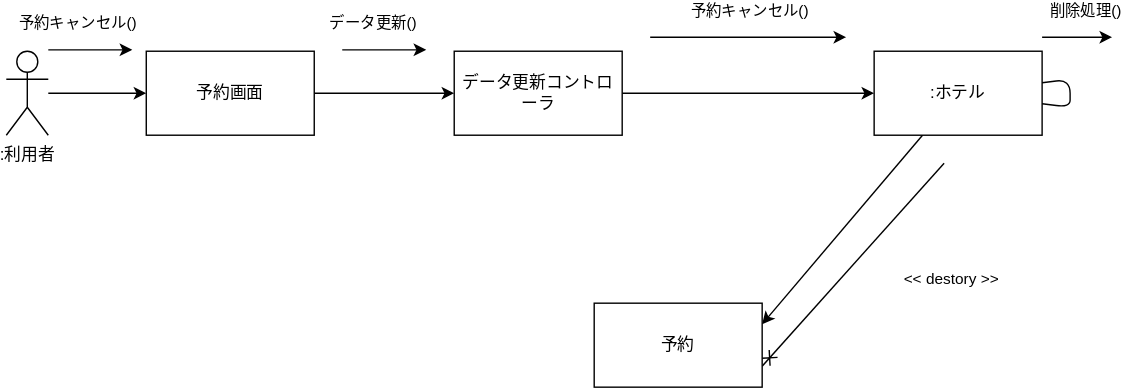
Before: 課題/演習５-2_CD_予約登録削除.drawio.svg, a diagram exported from draw.io (Shuma323/UML_inatroduction). Source tidied: cells renumbered, new cells last; positions are measured from the earlier drawing's top-left corner, leaving out a move shared by most shapes. Its diagram source:
```xml
<mxGraphModel>
  <root>
    <mxCell id="0" />
    <mxCell id="1" parent="0" />
    <mxCell id="2" style="edgeStyle=none;html=1;" parent="1" edge="1" source="3" target="5">
      <mxGeometry relative="1" as="geometry" />
    </mxCell>
    <mxCell id="3" value=":利用者" style="shape=umlActor;verticalLabelPosition=bottom;verticalAlign=top;html=1;outlineConnect=0;" parent="1" vertex="1">
      <mxGeometry y="10" width="30" height="60" as="geometry" />
    </mxCell>
    <mxCell id="4" style="edgeStyle=none;html=1;" parent="1" edge="1" source="5" target="7">
      <mxGeometry relative="1" as="geometry" />
    </mxCell>
    <mxCell id="5" value="予約画面" style="whiteSpace=wrap;html=1;verticalAlign=middle;labelPosition=center;verticalLabelPosition=middle;align=center;" parent="1" vertex="1">
      <mxGeometry x="100" y="10" width="120" height="60" as="geometry" />
    </mxCell>
    <mxCell id="6" style="edgeStyle=none;html=1;" parent="1" edge="1" source="7" target="13">
      <mxGeometry relative="1" as="geometry" />
    </mxCell>
    <mxCell id="7" value="データ更新コントローラ" style="whiteSpace=wrap;html=1;verticalAlign=middle;labelPosition=center;verticalLabelPosition=middle;align=center;" parent="1" vertex="1">
      <mxGeometry x="320" y="10" width="120" height="60" as="geometry" />
    </mxCell>
    <mxCell id="8" style="endArrow=classic;html=1;" parent="1" edge="1">
      <mxGeometry relative="1" as="geometry">
        <mxPoint x="240" y="9" as="sourcePoint" />
        <mxPoint x="300" y="9" as="targetPoint" />
      </mxGeometry>
    </mxCell>
    <mxCell id="9" value="データ更新()" style="edgeLabel;html=1;align=center;verticalAlign=middle;" parent="8" vertex="1">
      <mxGeometry x="-0.64" y="3" relative="1" as="geometry">
        <mxPoint x="10" y="-17" as="offset" />
      </mxGeometry>
    </mxCell>
    <mxCell id="10" style="endArrow=classic;html=1;" parent="1" edge="1">
      <mxGeometry relative="1" as="geometry">
        <mxPoint x="460" as="sourcePoint" />
        <mxPoint x="600" as="targetPoint" />
      </mxGeometry>
    </mxCell>
    <mxCell id="11" value="予約キャンセル()" style="edgeLabel;html=1;align=center;verticalAlign=middle;" parent="10" vertex="1">
      <mxGeometry x="-0.64" y="3" relative="1" as="geometry">
        <mxPoint x="45" y="-17" as="offset" />
      </mxGeometry>
    </mxCell>
    <mxCell id="12" style="edgeStyle=none;html=1;entryX=1;entryY=0.25;entryDx=0;entryDy=0;" parent="1" edge="1" source="13" target="18">
      <mxGeometry relative="1" as="geometry" />
    </mxCell>
    <mxCell id="13" value=":ホテル" style="whiteSpace=wrap;html=1;verticalAlign=middle;labelPosition=center;verticalLabelPosition=middle;align=center;" parent="1" vertex="1">
      <mxGeometry x="620" y="10" width="120" height="60" as="geometry" />
    </mxCell>
    <mxCell id="14" style="endArrow=classic;html=1;" parent="1" edge="1">
      <mxGeometry relative="1" as="geometry">
        <mxPoint x="30" y="9" as="sourcePoint" />
        <mxPoint x="90" y="9" as="targetPoint" />
      </mxGeometry>
    </mxCell>
    <mxCell id="15" value="予約キャンセル()" style="edgeLabel;html=1;align=center;verticalAlign=middle;" parent="14" vertex="1">
      <mxGeometry x="-0.64" y="3" relative="1" as="geometry">
        <mxPoint x="9" y="-17" as="offset" />
      </mxGeometry>
    </mxCell>
    <mxCell id="16" style="edgeStyle=none;html=1;endArrow=none;endFill=0;exitX=1;exitY=0.75;exitDx=0;exitDy=0;startArrow=cross;startFill=0;" parent="1" edge="1" source="18">
      <mxGeometry relative="1" as="geometry">
        <mxPoint x="670" y="90" as="targetPoint" />
      </mxGeometry>
    </mxCell>
    <mxCell id="17" value="&amp;lt;&amp;lt; destory &amp;gt;&amp;gt;" style="edgeLabel;html=1;align=center;verticalAlign=middle;" parent="16" vertex="1">
      <mxGeometry x="0.29" y="-2" relative="1" as="geometry">
        <mxPoint x="49" y="30" as="offset" />
      </mxGeometry>
    </mxCell>
    <mxCell id="18" value="予約" style="whiteSpace=wrap;html=1;verticalAlign=middle;labelPosition=center;verticalLabelPosition=middle;align=center;" parent="1" vertex="1">
      <mxGeometry x="420" y="190" width="120" height="60" as="geometry" />
    </mxCell>
    <mxCell id="19" style="edgeStyle=none;html=1;endArrow=none;endFill=0;" parent="1" edge="1" source="13" target="13">
      <mxGeometry relative="1" as="geometry" />
    </mxCell>
    <mxCell id="20" style="endArrow=classic;html=1;" parent="1" edge="1">
      <mxGeometry relative="1" as="geometry">
        <mxPoint x="740" as="sourcePoint" />
        <mxPoint x="790" as="targetPoint" />
      </mxGeometry>
    </mxCell>
    <mxCell id="21" value="削除処理()" style="edgeLabel;html=1;align=center;verticalAlign=middle;" parent="20" vertex="1">
      <mxGeometry x="-0.64" y="3" relative="1" as="geometry">
        <mxPoint x="21" y="-17" as="offset" />
      </mxGeometry>
    </mxCell>
  </root>
</mxGraphModel>
```
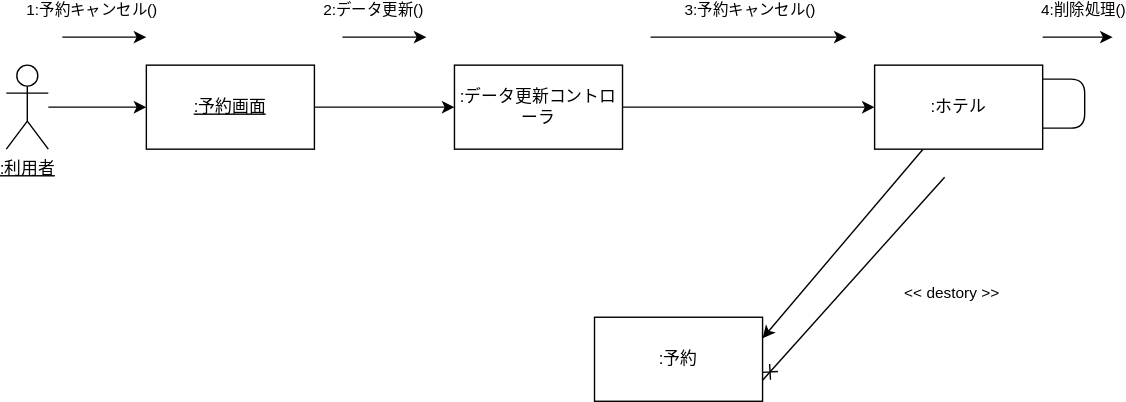
Later version of the same file.

Change to the diagram source:
```diff
@@ -5,39 +5,39 @@
     <mxCell id="2" style="edgeStyle=none;html=1;" parent="1" edge="1" source="3" target="5">
       <mxGeometry relative="1" as="geometry" />
     </mxCell>
-    <mxCell id="3" value=":利用者" style="shape=umlActor;verticalLabelPosition=bottom;verticalAlign=top;html=1;outlineConnect=0;" parent="1" vertex="1">
+    <mxCell id="3" value="&lt;u&gt;:利用者&lt;/u&gt;" style="shape=umlActor;verticalLabelPosition=bottom;verticalAlign=top;html=1;outlineConnect=0;" parent="1" vertex="1">
       <mxGeometry y="10" width="30" height="60" as="geometry" />
     </mxCell>
     <mxCell id="4" style="edgeStyle=none;html=1;" parent="1" edge="1" source="5" target="7">
       <mxGeometry relative="1" as="geometry" />
     </mxCell>
-    <mxCell id="5" value="予約画面" style="whiteSpace=wrap;html=1;verticalAlign=middle;labelPosition=center;verticalLabelPosition=middle;align=center;" parent="1" vertex="1">
+    <mxCell id="5" value="&lt;u&gt;:予約画面&lt;/u&gt;" style="whiteSpace=wrap;html=1;verticalAlign=middle;labelPosition=center;verticalLabelPosition=middle;align=center;" parent="1" vertex="1">
       <mxGeometry x="100" y="10" width="120" height="60" as="geometry" />
     </mxCell>
     <mxCell id="6" style="edgeStyle=none;html=1;" parent="1" edge="1" source="7" target="13">
       <mxGeometry relative="1" as="geometry" />
     </mxCell>
-    <mxCell id="7" value="データ更新コントローラ" style="whiteSpace=wrap;html=1;verticalAlign=middle;labelPosition=center;verticalLabelPosition=middle;align=center;" parent="1" vertex="1">
+    <mxCell id="7" value=":データ更新コントローラ" style="whiteSpace=wrap;html=1;verticalAlign=middle;labelPosition=center;verticalLabelPosition=middle;align=center;" parent="1" vertex="1">
       <mxGeometry x="320" y="10" width="120" height="60" as="geometry" />
     </mxCell>
     <mxCell id="8" style="endArrow=classic;html=1;" parent="1" edge="1">
       <mxGeometry relative="1" as="geometry">
-        <mxPoint x="240" y="9" as="sourcePoint" />
-        <mxPoint x="300" y="9" as="targetPoint" />
+        <mxPoint x="240" y="-10" as="sourcePoint" />
+        <mxPoint x="300" y="-10" as="targetPoint" />
       </mxGeometry>
     </mxCell>
-    <mxCell id="9" value="データ更新()" style="edgeLabel;html=1;align=center;verticalAlign=middle;" parent="8" vertex="1">
+    <mxCell id="9" value="2:データ更新()" style="edgeLabel;html=1;align=center;verticalAlign=middle;" parent="8" vertex="1">
       <mxGeometry x="-0.64" y="3" relative="1" as="geometry">
         <mxPoint x="10" y="-17" as="offset" />
       </mxGeometry>
     </mxCell>
     <mxCell id="10" style="endArrow=classic;html=1;" parent="1" edge="1">
       <mxGeometry relative="1" as="geometry">
-        <mxPoint x="460" as="sourcePoint" />
-        <mxPoint x="600" as="targetPoint" />
+        <mxPoint x="460" y="-10" as="sourcePoint" />
+        <mxPoint x="600" y="-10" as="targetPoint" />
       </mxGeometry>
     </mxCell>
-    <mxCell id="11" value="予約キャンセル()" style="edgeLabel;html=1;align=center;verticalAlign=middle;" parent="10" vertex="1">
+    <mxCell id="11" value="3:予約キャンセル()" style="edgeLabel;html=1;align=center;verticalAlign=middle;" parent="10" vertex="1">
       <mxGeometry x="-0.64" y="3" relative="1" as="geometry">
         <mxPoint x="45" y="-17" as="offset" />
       </mxGeometry>
@@ -50,11 +50,11 @@
     </mxCell>
     <mxCell id="14" style="endArrow=classic;html=1;" parent="1" edge="1">
       <mxGeometry relative="1" as="geometry">
-        <mxPoint x="30" y="9" as="sourcePoint" />
-        <mxPoint x="90" y="9" as="targetPoint" />
+        <mxPoint x="40" y="-10" as="sourcePoint" />
+        <mxPoint x="100" y="-10" as="targetPoint" />
       </mxGeometry>
     </mxCell>
-    <mxCell id="15" value="予約キャンセル()" style="edgeLabel;html=1;align=center;verticalAlign=middle;" parent="14" vertex="1">
+    <mxCell id="15" value="1:予約キャンセル()" style="edgeLabel;html=1;align=center;verticalAlign=middle;" parent="14" vertex="1">
       <mxGeometry x="-0.64" y="3" relative="1" as="geometry">
         <mxPoint x="9" y="-17" as="offset" />
       </mxGeometry>
@@ -69,21 +69,23 @@
         <mxPoint x="49" y="30" as="offset" />
       </mxGeometry>
     </mxCell>
-    <mxCell id="18" value="予約" style="whiteSpace=wrap;html=1;verticalAlign=middle;labelPosition=center;verticalLabelPosition=middle;align=center;" parent="1" vertex="1">
+    <mxCell id="18" value=":予約" style="whiteSpace=wrap;html=1;verticalAlign=middle;labelPosition=center;verticalLabelPosition=middle;align=center;" parent="1" vertex="1">
       <mxGeometry x="420" y="190" width="120" height="60" as="geometry" />
     </mxCell>
-    <mxCell id="19" style="edgeStyle=none;html=1;endArrow=none;endFill=0;" parent="1" edge="1" source="13" target="13">
-      <mxGeometry relative="1" as="geometry" />
+    <mxCell id="19" style="edgeStyle=entityRelationEdgeStyle;html=1;endArrow=none;endFill=0;entryX=1;entryY=0.75;entryDx=0;entryDy=0;" parent="1" edge="1" target="13">
+      <mxGeometry relative="1" as="geometry">
+        <mxPoint x="740" y="20" as="sourcePoint" />
+      </mxGeometry>
     </mxCell>
     <mxCell id="20" style="endArrow=classic;html=1;" parent="1" edge="1">
       <mxGeometry relative="1" as="geometry">
-        <mxPoint x="740" as="sourcePoint" />
-        <mxPoint x="790" as="targetPoint" />
+        <mxPoint x="740" y="-10" as="sourcePoint" />
+        <mxPoint x="790" y="-10" as="targetPoint" />
       </mxGeometry>
     </mxCell>
-    <mxCell id="21" value="削除処理()" style="edgeLabel;html=1;align=center;verticalAlign=middle;" parent="20" vertex="1">
+    <mxCell id="21" value="4:削除処理()" style="edgeLabel;html=1;align=center;verticalAlign=middle;" parent="20" vertex="1">
       <mxGeometry x="-0.64" y="3" relative="1" as="geometry">
-        <mxPoint x="21" y="-17" as="offset" />
+        <mxPoint x="19" y="-17" as="offset" />
       </mxGeometry>
     </mxCell>
   </root>
```
